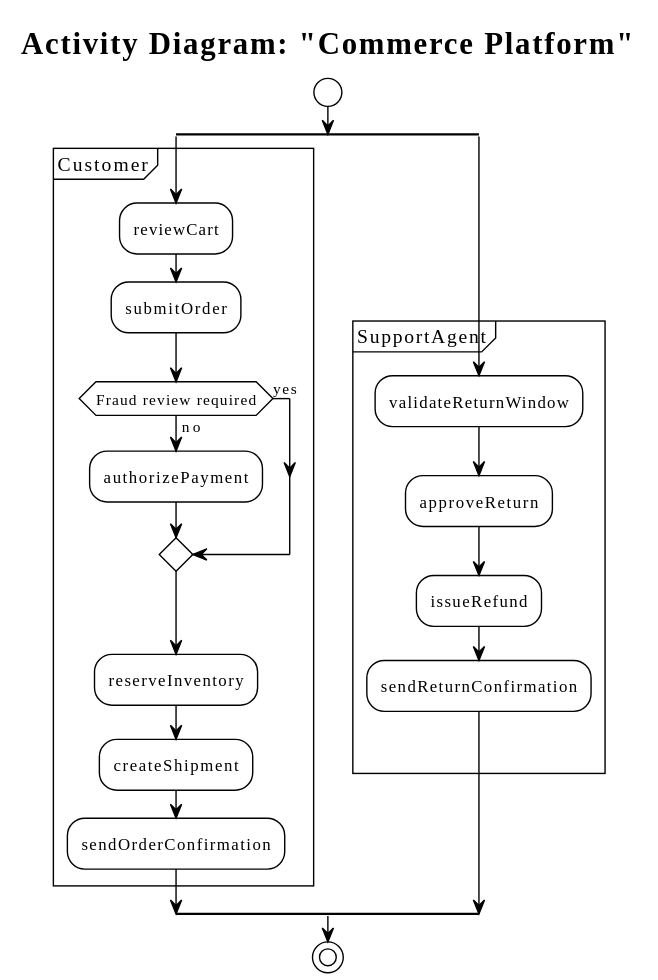
fredoslav2004/modt-core keeps this PlantUML diagram as examples/commerce-platform/generated/activity/CommercePlatform.activity.svg. Above is the earlier version.
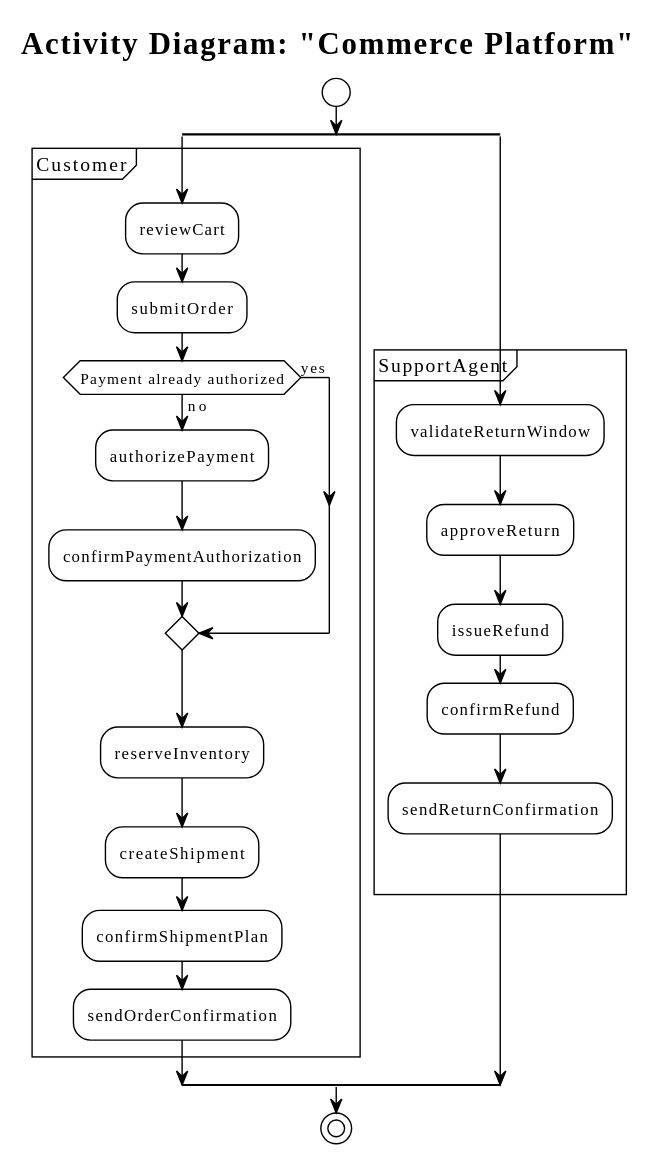
The same file after the commit.

What changed in the source:
```diff
@@ -8,13 +8,15 @@
 partition "Customer" {
     :reviewCart;
     :submitOrder;
-    if (Fraud review required) then (yes)
+    if (Payment already authorized) then (yes)
     else (no)
       :authorizePayment;
+      :confirmPaymentAuthorization;
     endif
-    label Checkout_manualReview
+    label Checkout_inventoryReservation
     :reserveInventory;
     :createShipment;
+    :confirmShipmentPlan;
     :sendOrderConfirmation;
     label Checkout_end
 }
@@ -23,6 +25,7 @@
     :validateReturnWindow;
     :approveReturn;
     :issueRefund;
+    :confirmRefund;
     :sendReturnConfirmation;
     label HandleReturn_end
 }
```
